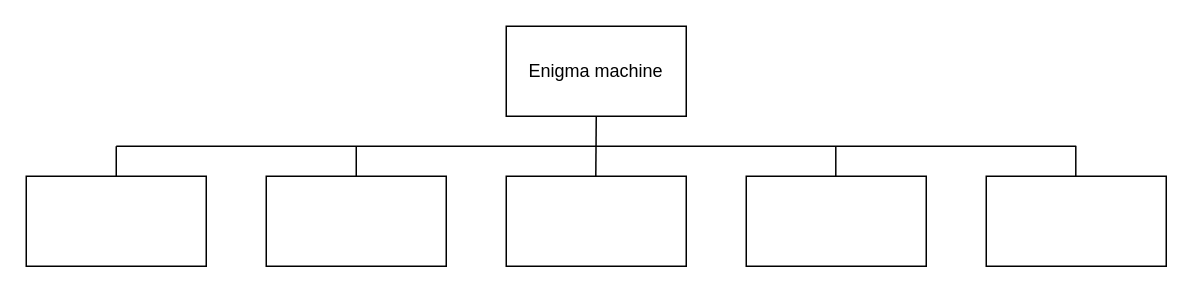
Earlier version of the draw.io diagram resources/charts/enigma_machine_1.drawio (earlution/enigma-machine). Source tidied: cells renumbered, new cells numbered last; positions are measured from the earlier drawing's top-left corner, leaving out a move shared by most shapes. Both pictures are drawn from the tidied source at 150%, with x=0, y=0 at pixel (26, 26).
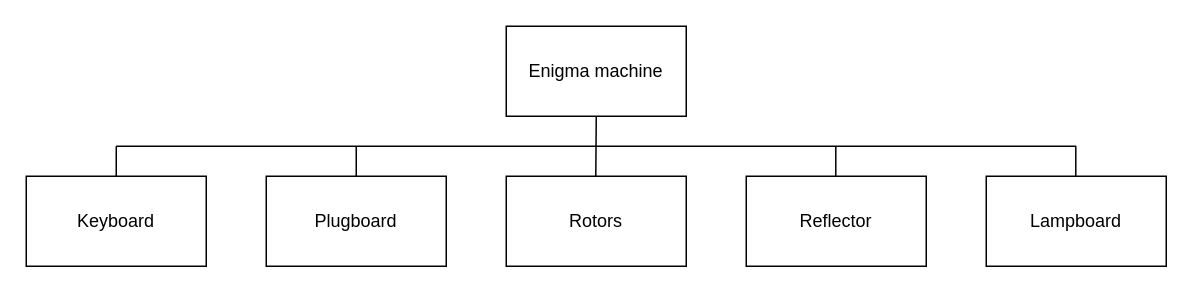
After the change.

What changed in the source:
```diff
@@
 <mxGraphModel>
   <root>
     <mxCell id="0" />
     <mxCell id="1" parent="0" />
     <mxCell id="2" value="Enigma machine" style="rounded=0;whiteSpace=wrap;html=1;" parent="1" vertex="1">
       <mxGeometry x="320" width="120" height="60" as="geometry" />
     </mxCell>
-    <mxCell id="3" style="rounded=0;whiteSpace=wrap;html=1;" parent="1" vertex="1">
+    <mxCell id="3" value="Keyboard" style="rounded=0;whiteSpace=wrap;html=1;" parent="1" vertex="1">
       <mxGeometry y="100" width="120" height="60" as="geometry" />
     </mxCell>
-    <mxCell id="4" style="rounded=0;whiteSpace=wrap;html=1;" parent="1" vertex="1">
+    <mxCell id="4" value="Plugboard" style="rounded=0;whiteSpace=wrap;html=1;" parent="1" vertex="1">
       <mxGeometry x="160" y="100" width="120" height="60" as="geometry" />
     </mxCell>
-    <mxCell id="5" style="rounded=0;whiteSpace=wrap;html=1;" parent="1" vertex="1">
+    <mxCell id="5" value="Rotors" style="rounded=0;whiteSpace=wrap;html=1;" parent="1" vertex="1">
       <mxGeometry x="320" y="100" width="120" height="60" as="geometry" />
     </mxCell>
-    <mxCell id="6" style="rounded=0;whiteSpace=wrap;html=1;" parent="1" vertex="1">
+    <mxCell id="6" value="Reflector" style="rounded=0;whiteSpace=wrap;html=1;" parent="1" vertex="1">
       <mxGeometry x="480" y="100" width="120" height="60" as="geometry" />
     </mxCell>
-    <mxCell id="7" style="rounded=0;whiteSpace=wrap;html=1;" parent="1" vertex="1">
+    <mxCell id="7" value="Lampboard" style="rounded=0;whiteSpace=wrap;html=1;" parent="1" vertex="1">
       <mxGeometry x="640" y="100" width="120" height="60" as="geometry" />
     </mxCell>
     <mxCell id="8" style="endArrow=none;html=1;rounded=0;" parent="1" edge="1">
       <mxGeometry relative="1" as="geometry">
         <mxPoint x="60" y="80" as="sourcePoint" />
         <mxPoint x="700" y="80" as="targetPoint" />
       </mxGeometry>
     </mxCell>
     <mxCell id="9" style="endArrow=none;html=1;rounded=0;" parent="1" edge="1" source="3">
       <mxGeometry relative="1" as="geometry">
         <mxPoint x="60" y="80" as="targetPoint" />
       </mxGeometry>
     </mxCell>
     <mxCell id="10" style="endArrow=none;html=1;rounded=0;" parent="1" edge="1">
       <mxGeometry relative="1" as="geometry">
         <mxPoint x="220" y="100" as="sourcePoint" />
         <mxPoint x="220" y="80" as="targetPoint" />
       </mxGeometry>
     </mxCell>
     <mxCell id="11" style="endArrow=none;html=1;rounded=0;entryX=0.5;entryY=1;entryDx=0;entryDy=0;" parent="1" edge="1" target="2">
       <mxGeometry relative="1" as="geometry">
         <mxPoint x="379.7" y="100" as="sourcePoint" />
       </mxGeometry>
     </mxCell>
     <mxCell id="12" style="endArrow=none;html=1;rounded=0;" parent="1" edge="1">
       <mxGeometry relative="1" as="geometry">
         <mxPoint x="539.7" y="100" as="sourcePoint" />
         <mxPoint x="539.7" y="80" as="targetPoint" />
       </mxGeometry>
     </mxCell>
     <mxCell id="13" style="endArrow=none;html=1;rounded=0;" parent="1" edge="1">
       <mxGeometry relative="1" as="geometry">
         <mxPoint x="699.7" y="100" as="sourcePoint" />
         <mxPoint x="699.7" y="80" as="targetPoint" />
       </mxGeometry>
     </mxCell>
   </root>
 </mxGraphModel>
```
